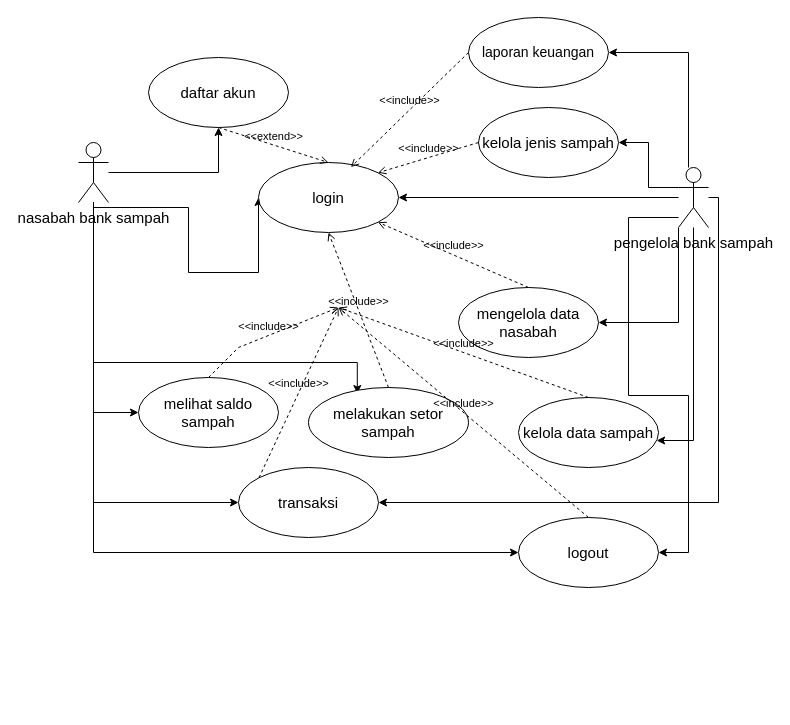
The draw.io diagram page "use case" (1 of 22) of Untitled Diagram.drawio in dreamergirl01/uml_bankSampah, before the edit. Source tidied: cells renumbered, new cells numbered last; positions are measured from the earlier drawing's top-left corner, leaving out a move shared by most shapes. Both pictures are drawn from the tidied source at 100%, with x=0, y=0 at pixel (78, 17).
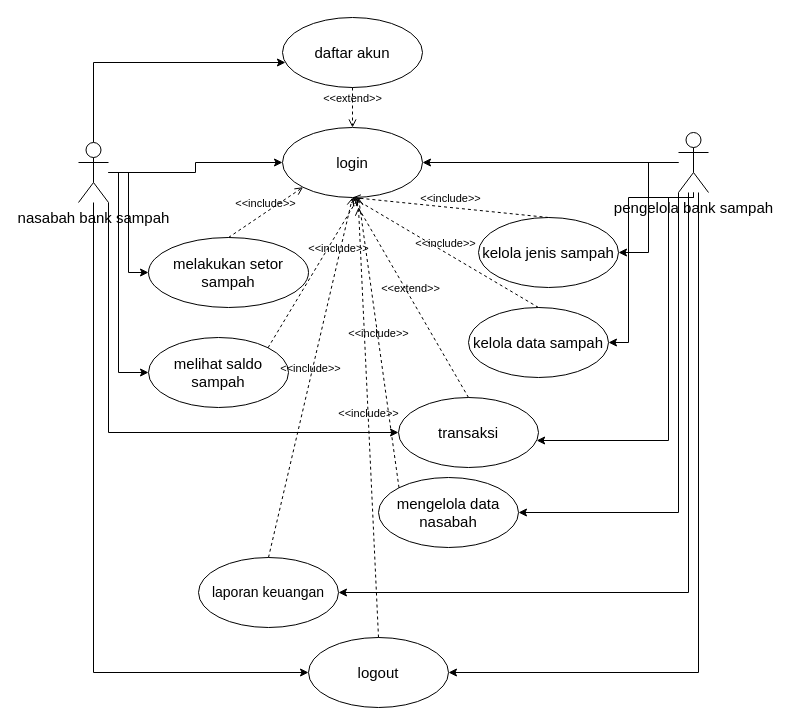
The same diagram, later.

Unchanged cells that the change refers to:
```xml
<mxCell id="8" value="nasabah bank sampah" style="shape=umlActor;verticalLabelPosition=bottom;verticalAlign=top;html=1;fontSize=15;" parent="1" vertex="1">
  <mxGeometry y="125" width="30" height="60" as="geometry" />
</mxCell>
```

Diff of the diagram source:
```diff
@@
     <mxCell id="2" style="edgeStyle=orthogonalEdgeStyle;rounded=0;jettySize=auto;html=1;" parent="1" edge="1" source="8" target="18">
-      <mxGeometry relative="1" as="geometry" />
+      <mxGeometry relative="1" as="geometry">
+        <Array as="points">
+          <mxPoint x="15" y="45" />
+        </Array>
+      </mxGeometry>
     </mxCell>
+    <mxCell id="4" style="edgeStyle=orthogonalEdgeStyle;rounded=0;jettySize=auto;html=1;entryX=0;entryY=0.5;entryDx=0;entryDy=0;" parent="1" edge="1" source="8" target="17">
+      <mxGeometry relative="1" as="geometry">
+        <Array as="points">
+          <mxPoint x="15" y="655" />
+        </Array>
+      </mxGeometry>
+    </mxCell>
-    <mxCell id="3" style="edgeStyle=orthogonalEdgeStyle;rounded=0;jettySize=auto;html=1;entryX=0;entryY=0.5;entryDx=0;entryDy=0;" parent="1" edge="1" source="8" target="16">
-      <mxGeometry relative="1" as="geometry">
-        <Array as="points">
-          <mxPoint x="15" y="190" />
-          <mxPoint x="110" y="190" />
-          <mxPoint x="110" y="255" />
-        </Array>
-      </mxGeometry>
+    <mxCell id="3" style="edgeStyle=orthogonalEdgeStyle;rounded=0;jettySize=auto;html=1;" parent="1" edge="1" source="8" target="16">
+      <mxGeometry relative="1" as="geometry" />
     </mxCell>
-    <mxCell id="4" style="edgeStyle=orthogonalEdgeStyle;rounded=0;jettySize=auto;html=1;entryX=0;entryY=0.5;entryDx=0;entryDy=0;" parent="1" edge="1" source="8" target="17">
-      <mxGeometry relative="1" as="geometry">
-        <Array as="points">
-          <mxPoint x="15" y="535" />
-        </Array>
-      </mxGeometry>
-    </mxCell>
-    <mxCell id="5" style="edgeStyle=orthogonalEdgeStyle;rounded=0;jettySize=auto;html=1;entryX=0.305;entryY=0.086;entryDx=0;entryDy=0;entryPerimeter=0;" parent="1" edge="1" source="8" target="19">
-      <mxGeometry relative="1" as="geometry">
-        <Array as="points">
-          <mxPoint x="15" y="345" />
-          <mxPoint x="279" y="345" />
-        </Array>
-      </mxGeometry>
+    <mxCell id="5" style="edgeStyle=orthogonalEdgeStyle;rounded=0;jettySize=auto;html=1;entryX=0;entryY=0.5;entryDx=0;entryDy=0;" parent="1" edge="1" source="8" target="19">
+      <mxGeometry relative="1" as="geometry" />
     </mxCell>
+    <mxCell id="7" style="edgeStyle=orthogonalEdgeStyle;rounded=0;jettySize=auto;html=1;entryX=0;entryY=0.5;entryDx=0;entryDy=0;" parent="1" edge="1" source="8" target="21">
+      <mxGeometry relative="1" as="geometry">
+        <Array as="points">
+          <mxPoint x="30" y="415" />
+        </Array>
+      </mxGeometry>
+    </mxCell>
     <mxCell id="6" style="edgeStyle=orthogonalEdgeStyle;rounded=0;jettySize=auto;html=1;entryX=0;entryY=0.5;entryDx=0;entryDy=0;" parent="1" edge="1" source="8" target="20">
       <mxGeometry relative="1" as="geometry">
         <Array as="points">
-          <mxPoint x="15" y="395" />
+          <mxPoint x="40" y="155" />
+          <mxPoint x="40" y="355" />
         </Array>
       </mxGeometry>
     </mxCell>
-    <mxCell id="7" style="edgeStyle=orthogonalEdgeStyle;rounded=0;jettySize=auto;html=1;entryX=0;entryY=0.5;entryDx=0;entryDy=0;" parent="1" edge="1" source="8" target="21">
-      <mxGeometry relative="1" as="geometry">
-        <Array as="points">
-          <mxPoint x="15" y="485" />
-        </Array>
-      </mxGeometry>
-    </mxCell>
@@
     <mxCell id="10" style="edgeStyle=orthogonalEdgeStyle;rounded=0;jettySize=auto;html=1;entryX=1;entryY=0.5;entryDx=0;entryDy=0;" parent="1" edge="1" source="15" target="17">
       <mxGeometry relative="1" as="geometry">
         <Array as="points">
-          <mxPoint x="550" y="200" />
-          <mxPoint x="550" y="378" />
-          <mxPoint x="610" y="378" />
-          <mxPoint x="610" y="535" />
+          <mxPoint x="620" y="655" />
         </Array>
       </mxGeometry>
     </mxCell>
     <mxCell id="11" style="edgeStyle=orthogonalEdgeStyle;rounded=0;jettySize=auto;html=1;entryX=1;entryY=0.5;entryDx=0;entryDy=0;" parent="1" edge="1" source="15" target="22">
       <mxGeometry relative="1" as="geometry">
         <Array as="points">
-          <mxPoint x="600" y="305" />
+          <mxPoint x="600" y="495" />
         </Array>
       </mxGeometry>
     </mxCell>
-    <mxCell id="12" style="edgeStyle=orthogonalEdgeStyle;rounded=0;jettySize=auto;html=1;entryX=1;entryY=0.5;entryDx=0;entryDy=0;" parent="1" edge="1" source="15" target="21">
-      <mxGeometry relative="1" as="geometry">
-        <Array as="points">
-          <mxPoint x="640" y="180" />
-          <mxPoint x="640" y="485" />
-        </Array>
-      </mxGeometry>
-    </mxCell>
+    <mxCell id="24" style="edgeStyle=orthogonalEdgeStyle;rounded=0;jettySize=auto;html=1;entryX=1;entryY=0.5;entryDx=0;entryDy=0;" parent="1" edge="1" source="15" target="23">
+      <mxGeometry relative="1" as="geometry">
+        <Array as="points">
+          <mxPoint x="550" y="180" />
+          <mxPoint x="550" y="325" />
+        </Array>
+      </mxGeometry>
+    </mxCell>
+    <mxCell id="14" style="edgeStyle=orthogonalEdgeStyle;rounded=0;jettySize=auto;html=1;entryX=1;entryY=0.5;entryDx=0;entryDy=0;" parent="1" edge="1" source="15" target="34">
+      <mxGeometry relative="1" as="geometry">
+        <Array as="points">
+          <mxPoint x="610" y="575" />
+        </Array>
+      </mxGeometry>
+    </mxCell>
     <mxCell id="13" style="edgeStyle=orthogonalEdgeStyle;rounded=0;jettySize=auto;html=1;entryX=1;entryY=0.5;entryDx=0;entryDy=0;" parent="1" edge="1" source="15" target="32">
       <mxGeometry relative="1" as="geometry">
         <Array as="points">
-          <mxPoint x="570" y="170" />
-          <mxPoint x="570" y="125" />
+          <mxPoint x="570" y="145" />
+          <mxPoint x="570" y="235" />
         </Array>
       </mxGeometry>
     </mxCell>
-    <mxCell id="14" style="edgeStyle=orthogonalEdgeStyle;rounded=0;jettySize=auto;html=1;entryX=1;entryY=0.5;entryDx=0;entryDy=0;" parent="1" edge="1" source="15" target="34">
-      <mxGeometry relative="1" as="geometry">
-        <Array as="points">
-          <mxPoint x="610" y="35" />
-        </Array>
-      </mxGeometry>
-    </mxCell>
     <mxCell id="15" value="&lt;div&gt;&lt;span style=&quot;background-color: initial;&quot;&gt;pengelola bank sampah&lt;/span&gt;&lt;/div&gt;" style="shape=umlActor;verticalLabelPosition=bottom;verticalAlign=top;html=1;fontSize=15;" parent="1" vertex="1">
-      <mxGeometry x="600" y="150" width="30" height="60" as="geometry" />
+      <mxGeometry x="600" y="115" width="30" height="60" as="geometry" />
     </mxCell>
     <mxCell id="16" value="login" style="ellipse;whiteSpace=wrap;html=1;fontSize=15;" parent="1" vertex="1">
-      <mxGeometry x="180" y="145" width="140" height="70" as="geometry" />
+      <mxGeometry x="204" y="110" width="140" height="70" as="geometry" />
     </mxCell>
     <mxCell id="17" value="logout" style="ellipse;whiteSpace=wrap;html=1;fontSize=15;" parent="1" vertex="1">
-      <mxGeometry x="440" y="500" width="140" height="70" as="geometry" />
+      <mxGeometry x="230" y="620" width="140" height="70" as="geometry" />
     </mxCell>
     <mxCell id="18" value="daftar akun" style="ellipse;whiteSpace=wrap;html=1;fontSize=15;" parent="1" vertex="1">
-      <mxGeometry x="70" y="40" width="140" height="70" as="geometry" />
+      <mxGeometry x="204" width="140" height="70" as="geometry" />
     </mxCell>
     <mxCell id="19" value="melakukan setor sampah" style="ellipse;whiteSpace=wrap;html=1;fontSize=15;" parent="1" vertex="1">
-      <mxGeometry x="230" y="370" width="160" height="70" as="geometry" />
+      <mxGeometry x="70" y="220" width="160" height="70" as="geometry" />
     </mxCell>
-    <mxCell id="20" value="melihat saldo sampah" style="ellipse;whiteSpace=wrap;html=1;fontSize=15;" parent="1" vertex="1">
-      <mxGeometry x="60" y="360" width="140" height="70" as="geometry" />
-    </mxCell>
-    <mxCell id="21" value="transaksi" style="ellipse;whiteSpace=wrap;html=1;fontSize=15;" parent="1" vertex="1">
-      <mxGeometry x="160" y="450" width="140" height="70" as="geometry" />
-    </mxCell>
     <mxCell id="22" value="mengelola data nasabah" style="ellipse;whiteSpace=wrap;html=1;fontSize=15;" parent="1" vertex="1">
-      <mxGeometry x="380" y="270" width="140" height="70" as="geometry" />
+      <mxGeometry x="300" y="460" width="140" height="70" as="geometry" />
     </mxCell>
     <mxCell id="23" value="kelola data sampah" style="ellipse;whiteSpace=wrap;html=1;fontSize=15;" parent="1" vertex="1">
-      <mxGeometry x="440" y="380" width="140" height="70" as="geometry" />
+      <mxGeometry x="390" y="290" width="140" height="70" as="geometry" />
     </mxCell>
-    <mxCell id="24" style="edgeStyle=orthogonalEdgeStyle;rounded=0;jettySize=auto;html=1;" parent="1" edge="1" source="15" target="23">
-      <mxGeometry relative="1" as="geometry">
-        <Array as="points">
-          <mxPoint x="615" y="423" />
-        </Array>
-      </mxGeometry>
-    </mxCell>
-    <mxCell id="25" value="&amp;lt;&amp;lt;include&amp;gt;&amp;gt;" style="html=1;verticalAlign=bottom;labelBackgroundColor=none;endArrow=open;endFill=0;dashed=1;rounded=0;entryX=1;entryY=1;entryDx=0;entryDy=0;exitX=0.5;exitY=0;exitDx=0;exitDy=0;" parent="1" edge="1" source="22" target="16">
-      <mxGeometry relative="1" as="geometry" />
-    </mxCell>
-    <mxCell id="26" value="&amp;lt;&amp;lt;include&amp;gt;&amp;gt;" style="html=1;verticalAlign=bottom;labelBackgroundColor=none;endArrow=open;endFill=0;dashed=1;rounded=0;entryX=0.5;entryY=1;entryDx=0;entryDy=0;exitX=0.5;exitY=0;exitDx=0;exitDy=0;" parent="1" edge="1" source="19" target="16">
-      <mxGeometry relative="1" as="geometry" />
-    </mxCell>
-    <mxCell id="27" value="&amp;lt;&amp;lt;include&amp;gt;&amp;gt;" style="html=1;verticalAlign=bottom;labelBackgroundColor=none;endArrow=open;endFill=0;dashed=1;rounded=0;exitX=0.5;exitY=0;exitDx=0;exitDy=0;" parent="1" edge="1" source="23">
-      <mxGeometry relative="1" as="geometry">
-        <mxPoint x="260" y="290" as="targetPoint" />
-      </mxGeometry>
-    </mxCell>
-    <mxCell id="28" value="&amp;lt;&amp;lt;include&amp;gt;&amp;gt;" style="html=1;verticalAlign=bottom;labelBackgroundColor=none;endArrow=open;endFill=0;dashed=1;rounded=0;exitX=0.5;exitY=0;exitDx=0;exitDy=0;" parent="1" edge="1" source="20">
-      <mxGeometry relative="1" as="geometry">
-        <mxPoint x="260" y="290" as="targetPoint" />
-        <Array as="points">
-          <mxPoint x="160" y="330" />
-        </Array>
-      </mxGeometry>
-    </mxCell>
-    <mxCell id="29" value="&amp;lt;&amp;lt;include&amp;gt;&amp;gt;" style="html=1;verticalAlign=bottom;labelBackgroundColor=none;endArrow=open;endFill=0;dashed=1;rounded=0;exitX=0;exitY=0;exitDx=0;exitDy=0;" parent="1" edge="1" source="21">
-      <mxGeometry relative="1" as="geometry">
-        <mxPoint x="260" y="290" as="targetPoint" />
-      </mxGeometry>
-    </mxCell>
-    <mxCell id="30" value="&amp;lt;&amp;lt;include&amp;gt;&amp;gt;" style="html=1;verticalAlign=bottom;labelBackgroundColor=none;endArrow=open;endFill=0;dashed=1;rounded=0;exitX=0.5;exitY=0;exitDx=0;exitDy=0;" parent="1" edge="1" source="17">
-      <mxGeometry relative="1" as="geometry">
-        <mxPoint x="260" y="290" as="targetPoint" />
-      </mxGeometry>
-    </mxCell>
@@
     <mxCell id="32" value="kelola jenis sampah" style="ellipse;whiteSpace=wrap;html=1;fontSize=15;" parent="1" vertex="1">
-      <mxGeometry x="400" y="90" width="140" height="70" as="geometry" />
+      <mxGeometry x="400" y="200" width="140" height="70" as="geometry" />
     </mxCell>
+    <mxCell id="34" value="laporan keuangan" style="ellipse;whiteSpace=wrap;html=1;fontSize=14;" parent="1" vertex="1">
+      <mxGeometry x="120" y="540" width="140" height="70" as="geometry" />
+    </mxCell>
+    <mxCell id="12" style="edgeStyle=orthogonalEdgeStyle;rounded=0;jettySize=auto;html=1;" parent="1" edge="1" source="15" target="21">
+      <mxGeometry relative="1" as="geometry">
+        <Array as="points">
+          <mxPoint x="590" y="180" />
+          <mxPoint x="590" y="423" />
+        </Array>
+      </mxGeometry>
+    </mxCell>
+    <mxCell id="21" value="transaksi" style="ellipse;whiteSpace=wrap;html=1;fontSize=15;" parent="1" vertex="1">
+      <mxGeometry x="320" y="380" width="140" height="70" as="geometry" />
+    </mxCell>
+    <mxCell id="20" value="melihat saldo sampah" style="ellipse;whiteSpace=wrap;html=1;fontSize=15;" parent="1" vertex="1">
+      <mxGeometry x="70" y="320" width="140" height="70" as="geometry" />
+    </mxCell>
+    <mxCell id="26" value="&amp;lt;&amp;lt;include&amp;gt;&amp;gt;" style="html=1;verticalAlign=bottom;labelBackgroundColor=none;endArrow=open;endFill=0;dashed=1;rounded=0;exitX=0.5;exitY=0;exitDx=0;exitDy=0;entryX=0;entryY=1;entryDx=0;entryDy=0;" parent="1" edge="1" source="19" target="16">
+      <mxGeometry relative="1" as="geometry" />
+    </mxCell>
-    <mxCell id="33" value="&amp;lt;&amp;lt;include&amp;gt;&amp;gt;" style="html=1;verticalAlign=bottom;labelBackgroundColor=none;endArrow=open;endFill=0;dashed=1;rounded=0;exitX=0;exitY=0.5;exitDx=0;exitDy=0;entryX=1;entryY=0;entryDx=0;entryDy=0;" parent="1" edge="1" source="32" target="16">
+    <mxCell id="33" value="&amp;lt;&amp;lt;include&amp;gt;&amp;gt;" style="html=1;verticalAlign=bottom;labelBackgroundColor=none;endArrow=open;endFill=0;dashed=1;rounded=0;exitX=0.5;exitY=0;exitDx=0;exitDy=0;entryX=0.5;entryY=1;entryDx=0;entryDy=0;" parent="1" edge="1" source="32" target="16">
       <mxGeometry relative="1" as="geometry" />
     </mxCell>
-    <mxCell id="34" value="laporan keuangan" style="ellipse;whiteSpace=wrap;html=1;fontSize=14;" parent="1" vertex="1">
-      <mxGeometry x="390" width="140" height="70" as="geometry" />
-    </mxCell>
+    <mxCell id="36" value="&amp;lt;&amp;lt;include&amp;gt;&amp;gt;" style="html=1;verticalAlign=bottom;labelBackgroundColor=none;endArrow=open;endFill=0;dashed=1;rounded=0;exitX=0.5;exitY=0;exitDx=0;exitDy=0;entryX=0.5;entryY=1;entryDx=0;entryDy=0;" parent="1" edge="1" source="23" target="16">
+      <mxGeometry relative="1" as="geometry" />
+    </mxCell>
+    <mxCell id="37" value="&amp;lt;&amp;lt;extend&amp;gt;&amp;gt;" style="html=1;verticalAlign=bottom;labelBackgroundColor=none;endArrow=open;endFill=0;dashed=1;rounded=0;exitX=0.5;exitY=0;exitDx=0;exitDy=0;entryX=0.5;entryY=1;entryDx=0;entryDy=0;" parent="1" edge="1" source="21" target="16">
+      <mxGeometry relative="1" as="geometry" />
+    </mxCell>
+    <mxCell id="29" value="&amp;lt;&amp;lt;include&amp;gt;&amp;gt;" style="html=1;verticalAlign=bottom;labelBackgroundColor=none;endArrow=open;endFill=0;dashed=1;rounded=0;exitX=0;exitY=0;exitDx=0;exitDy=0;" parent="1" edge="1" source="22">
+      <mxGeometry relative="1" as="geometry">
+        <mxPoint x="280" y="180" as="targetPoint" />
+      </mxGeometry>
+    </mxCell>
-    <mxCell id="35" value="&amp;lt;&amp;lt;include&amp;gt;&amp;gt;" style="html=1;verticalAlign=bottom;labelBackgroundColor=none;endArrow=open;endFill=0;dashed=1;rounded=0;entryX=0.66;entryY=0.066;entryDx=0;entryDy=0;entryPerimeter=0;exitX=0;exitY=0.5;exitDx=0;exitDy=0;" parent="1" edge="1" source="34" target="16">
+    <mxCell id="35" value="&amp;lt;&amp;lt;include&amp;gt;&amp;gt;" style="html=1;verticalAlign=bottom;labelBackgroundColor=none;endArrow=open;endFill=0;dashed=1;rounded=0;exitX=0.5;exitY=0;exitDx=0;exitDy=0;entryX=0.5;entryY=1;entryDx=0;entryDy=0;" parent="1" edge="1" source="34" target="16">
       <mxGeometry relative="1" as="geometry" />
     </mxCell>
+    <mxCell id="38" value="&amp;lt;&amp;lt;include&amp;gt;&amp;gt;" style="html=1;verticalAlign=bottom;labelBackgroundColor=none;endArrow=open;endFill=0;dashed=1;rounded=0;exitX=0.5;exitY=0;exitDx=0;exitDy=0;" parent="1" edge="1" source="17">
+      <mxGeometry relative="1" as="geometry">
+        <mxPoint x="280" y="190" as="targetPoint" />
+      </mxGeometry>
+    </mxCell>
+    <mxCell id="39" value="&amp;lt;&amp;lt;include&amp;gt;&amp;gt;" style="html=1;verticalAlign=bottom;labelBackgroundColor=none;endArrow=open;endFill=0;dashed=1;rounded=0;exitX=1;exitY=0;exitDx=0;exitDy=0;" parent="1" edge="1" source="20">
+      <mxGeometry x="0.3" y="-14" relative="1" as="geometry">
+        <mxPoint x="280" y="180" as="targetPoint" />
+      </mxGeometry>
+    </mxCell>
```
